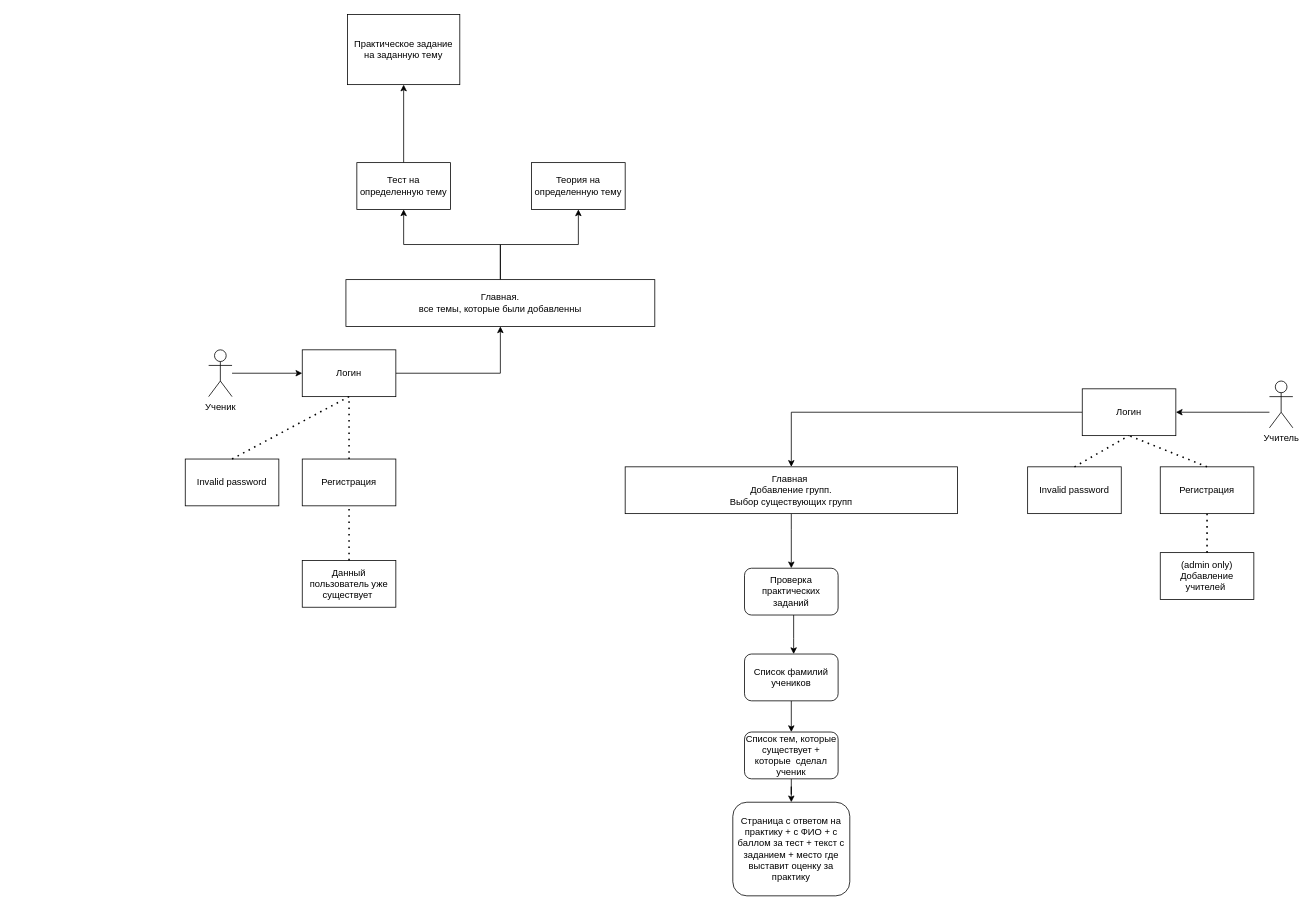
hellp31/Diplom keeps this draw.io diagram as Структура приложения UML-диаграмма.drawio. Above is the earlier version. Source tidied: cells renumbered, new cells numbered last; positions are measured from the earlier drawing's top-left corner, leaving out a move shared by most shapes. Both pictures are drawn from the tidied source at 78%, with x=0, y=0 at pixel (185, 14).
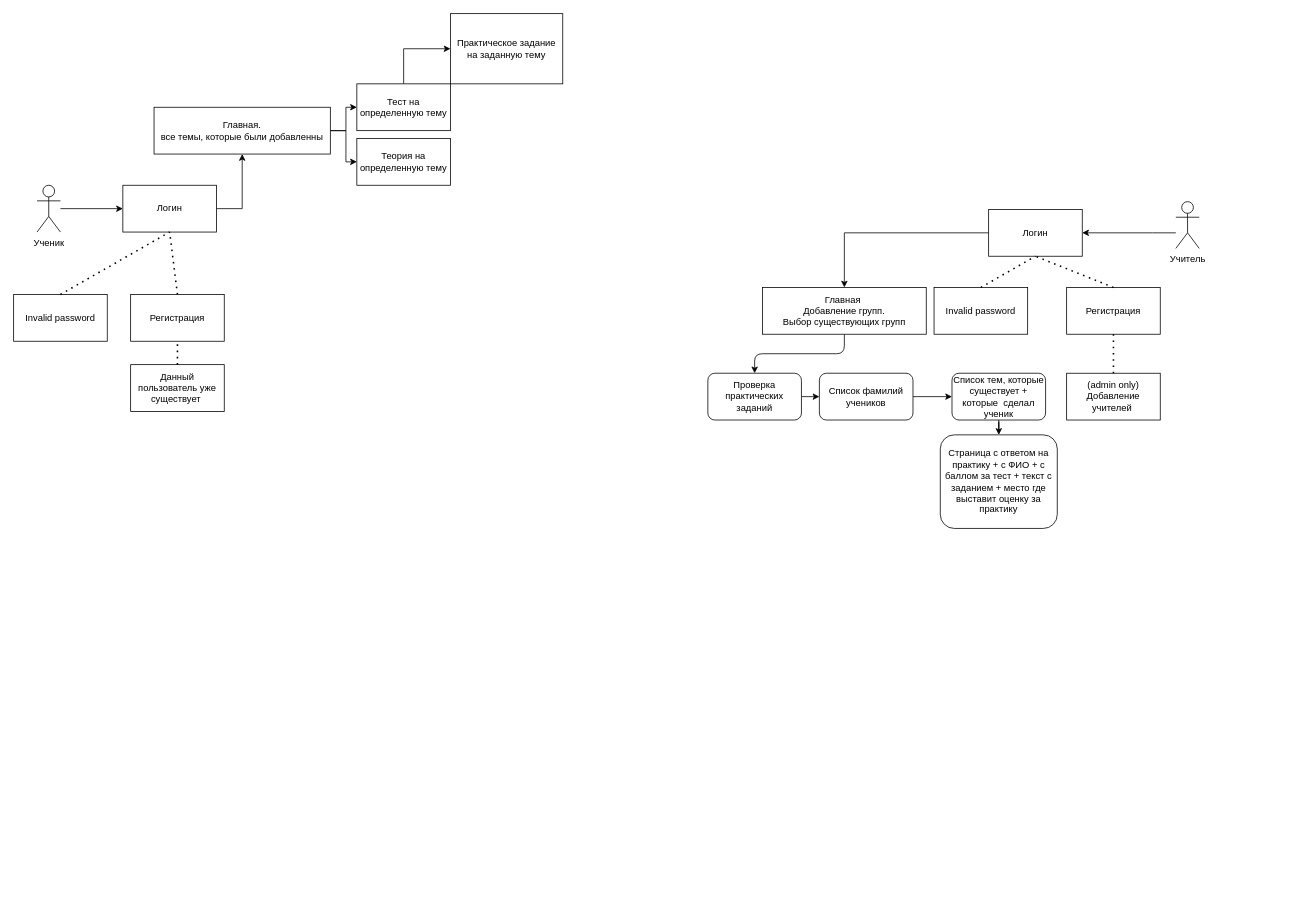
The same diagram, later.

What changed in the source:
```diff
@@
     <mxCell id="3" value="Ученик" style="shape=umlActor;verticalLabelPosition=bottom;verticalAlign=top;html=1;outlineConnect=0;" parent="1" vertex="1">
-      <mxGeometry x="30" y="430" width="30" height="60" as="geometry" />
+      <mxGeometry x="-190" y="219" width="30" height="60" as="geometry" />
     </mxCell>
     <mxCell id="4" style="edgeStyle=orthogonalEdgeStyle;rounded=0;jettySize=auto;html=1;entryX=0.5;entryY=1;entryDx=0;entryDy=0;" parent="1" edge="1" source="5" target="9">
       <mxGeometry relative="1" as="geometry">
         <Array as="points">
-          <mxPoint x="404" y="460" />
+          <mxPoint x="73" y="249" />
         </Array>
       </mxGeometry>
     </mxCell>
     <mxCell id="5" value="Логин" style="rounded=0;whiteSpace=wrap;html=1;" parent="1" vertex="1">
-      <mxGeometry x="150" y="430" width="120" height="60" as="geometry" />
+      <mxGeometry x="-80" y="219" width="120" height="60" as="geometry" />
     </mxCell>
     <mxCell id="6" value="Регистрация" style="rounded=0;whiteSpace=wrap;html=1;" parent="1" vertex="1">
-      <mxGeometry x="150" y="570" width="120" height="60" as="geometry" />
+      <mxGeometry x="-70" y="359" width="120" height="60" as="geometry" />
     </mxCell>
-    <mxCell id="7" style="edgeStyle=orthogonalEdgeStyle;rounded=0;jettySize=auto;html=1;exitX=0.5;exitY=0;exitDx=0;exitDy=0;entryX=0.5;entryY=1;entryDx=0;entryDy=0;" parent="1" edge="1" source="9" target="30">
+    <mxCell id="7" style="edgeStyle=orthogonalEdgeStyle;rounded=0;jettySize=auto;html=1;exitX=1;exitY=0.5;exitDx=0;exitDy=0;entryX=0;entryY=0.5;entryDx=0;entryDy=0;" parent="1" edge="1" source="9" target="30">
       <mxGeometry relative="1" as="geometry" />
     </mxCell>
-    <mxCell id="8" style="edgeStyle=orthogonalEdgeStyle;rounded=0;jettySize=auto;html=1;entryX=0.5;entryY=1;entryDx=0;entryDy=0;" parent="1" edge="1" source="9" target="37">
+    <mxCell id="8" style="edgeStyle=orthogonalEdgeStyle;rounded=0;jettySize=auto;html=1;entryX=0;entryY=0.5;entryDx=0;entryDy=0;" parent="1" edge="1" source="9" target="37">
       <mxGeometry relative="1" as="geometry" />
     </mxCell>
     <mxCell id="9" value="&lt;div style=&quot;&quot;&gt;&lt;span style=&quot;background-color: initial;&quot;&gt;Главная.&lt;/span&gt;&lt;/div&gt;&lt;div style=&quot;&quot;&gt;&lt;span style=&quot;background-color: initial;&quot;&gt;все темы, которые были добавленны&lt;/span&gt;&lt;/div&gt;" style="rounded=0;whiteSpace=wrap;html=1;align=center;" parent="1" vertex="1">
-      <mxGeometry x="206" y="340" width="396" height="60" as="geometry" />
+      <mxGeometry x="-40" y="119" width="226" height="60" as="geometry" />
     </mxCell>
@@
-    <mxCell id="11" style="edgeStyle=orthogonalEdgeStyle;rounded=0;jettySize=auto;html=1;entryX=0.5;entryY=1;entryDx=0;entryDy=0;" parent="1" edge="1" source="12" target="16">
-      <mxGeometry relative="1" as="geometry">
-        <Array as="points">
-          <mxPoint x="777" y="660" />
-          <mxPoint x="777" y="660" />
-        </Array>
-      </mxGeometry>
+    <mxCell id="11" style="edgeStyle=orthogonalEdgeStyle;rounded=1;jettySize=auto;html=1;entryX=0.5;entryY=1;entryDx=0;entryDy=0;" parent="1" edge="1" source="12" target="16">
+      <mxGeometry relative="1" as="geometry" />
     </mxCell>
     <mxCell id="12" value="Главная&amp;nbsp;&lt;div&gt;Добавление групп.&lt;br&gt;Выбор существующих групп&lt;/div&gt;" style="rounded=0;whiteSpace=wrap;html=1;" parent="1" vertex="1">
-      <mxGeometry x="564" y="580" width="426" height="60" as="geometry" />
+      <mxGeometry x="740" y="350" width="210" height="60" as="geometry" />
     </mxCell>
     <mxCell id="13" value="Invalid password" style="rounded=0;whiteSpace=wrap;html=1;" parent="1" vertex="1">
-      <mxGeometry y="570" width="120" height="60" as="geometry" />
+      <mxGeometry x="-220" y="359" width="120" height="60" as="geometry" />
     </mxCell>
@@
     <mxCell id="15" style="edgeStyle=orthogonalEdgeStyle;rounded=0;jettySize=auto;html=1;" parent="1" edge="1" source="16" target="33">
       <mxGeometry relative="1" as="geometry">
         <Array as="points">
-          <mxPoint x="780" y="800" />
-          <mxPoint x="780" y="800" />
+          <mxPoint x="733" y="490" />
         </Array>
       </mxGeometry>
     </mxCell>
     <mxCell id="16" value="Проверка практических заданий" style="rounded=1;whiteSpace=wrap;html=1;direction=west;" parent="1" vertex="1">
-      <mxGeometry x="717" y="710" width="120" height="60" as="geometry" />
+      <mxGeometry x="670" y="460" width="120" height="60" as="geometry" />
     </mxCell>
     <mxCell id="17" value="Данный пользователь уже существует&amp;nbsp;" style="rounded=0;whiteSpace=wrap;html=1;" parent="1" vertex="1">
-      <mxGeometry x="150" y="700" width="120" height="60" as="geometry" />
+      <mxGeometry x="-70" y="449" width="120" height="60" as="geometry" />
     </mxCell>
@@
     <mxCell id="19" style="edgeStyle=orthogonalEdgeStyle;rounded=0;jettySize=auto;html=1;" parent="1" edge="1" source="20" target="22">
       <mxGeometry relative="1" as="geometry">
         <Array as="points">
-          <mxPoint x="1360" y="510" />
-          <mxPoint x="1360" y="510" />
+          <mxPoint x="1240" y="280" />
+          <mxPoint x="1240" y="280" />
         </Array>
       </mxGeometry>
     </mxCell>
     <mxCell id="20" value="Учитель" style="shape=umlActor;verticalLabelPosition=bottom;verticalAlign=top;html=1;outlineConnect=0;" parent="1" vertex="1">
-      <mxGeometry x="1390" y="470" width="30" height="60" as="geometry" />
+      <mxGeometry x="1270" y="240" width="30" height="60" as="geometry" />
     </mxCell>
@@
     <mxCell id="22" value="Логин" style="rounded=0;whiteSpace=wrap;html=1;" parent="1" vertex="1">
-      <mxGeometry x="1150" y="480" width="120" height="60" as="geometry" />
+      <mxGeometry x="1030" y="250" width="120" height="60" as="geometry" />
     </mxCell>
     <mxCell id="23" value="Регистрация" style="rounded=0;whiteSpace=wrap;html=1;" parent="1" vertex="1">
-      <mxGeometry x="1250" y="580" width="120" height="60" as="geometry" />
+      <mxGeometry x="1130" y="350" width="120" height="60" as="geometry" />
     </mxCell>
@@
     <mxCell id="25" value="Invalid password" style="rounded=0;whiteSpace=wrap;html=1;" parent="1" vertex="1">
-      <mxGeometry x="1080" y="580" width="120" height="60" as="geometry" />
+      <mxGeometry x="960" y="350" width="120" height="60" as="geometry" />
     </mxCell>
@@
     <mxCell id="27" value="(admin only)&lt;br&gt;Добавление учителей&amp;nbsp;" style="rounded=0;whiteSpace=wrap;html=1;" parent="1" vertex="1">
-      <mxGeometry x="1250" y="690" width="120" height="60" as="geometry" />
+      <mxGeometry x="1130" y="460" width="120" height="60" as="geometry" />
     </mxCell>
@@
-    <mxCell id="29" style="edgeStyle=orthogonalEdgeStyle;rounded=0;jettySize=auto;html=1;exitX=0.5;exitY=0;exitDx=0;exitDy=0;entryX=0.5;entryY=1;entryDx=0;entryDy=0;" parent="1" edge="1" source="30" target="31">
+    <mxCell id="29" style="edgeStyle=orthogonalEdgeStyle;rounded=0;jettySize=auto;html=1;exitX=0.5;exitY=0;exitDx=0;exitDy=0;entryX=0;entryY=0.5;entryDx=0;entryDy=0;" parent="1" edge="1" source="30" target="31">
       <mxGeometry relative="1" as="geometry" />
     </mxCell>
     <mxCell id="30" value="Тест на определенную тему" style="rounded=0;whiteSpace=wrap;html=1;" parent="1" vertex="1">
-      <mxGeometry x="220" y="190" width="120" height="60" as="geometry" />
+      <mxGeometry x="220" y="89" width="120" height="60" as="geometry" />
     </mxCell>
     <mxCell id="31" value="Практическое задание на заданную тему" style="rounded=0;whiteSpace=wrap;html=1;" parent="1" vertex="1">
-      <mxGeometry x="208" width="144" height="90" as="geometry" />
+      <mxGeometry x="340" y="-1" width="144" height="90" as="geometry" />
     </mxCell>
     <mxCell id="32" style="edgeStyle=orthogonalEdgeStyle;rounded=0;jettySize=auto;html=1;" parent="1" edge="1" source="33" target="35">
-      <mxGeometry relative="1" as="geometry" />
+      <mxGeometry relative="1" as="geometry">
+        <Array as="points">
+          <mxPoint x="873" y="499" />
+        </Array>
+      </mxGeometry>
     </mxCell>
     <mxCell id="33" value="Список фамилий учеников" style="whiteSpace=wrap;html=1;rounded=1;" parent="1" vertex="1">
-      <mxGeometry x="717" y="820" width="120" height="60" as="geometry" />
+      <mxGeometry x="813" y="460" width="120" height="60" as="geometry" />
     </mxCell>
-    <mxCell id="34" style="edgeStyle=orthogonalEdgeStyle;rounded=0;jettySize=auto;html=1;" parent="1" edge="1" source="35" target="36">
+    <mxCell id="34" style="edgeStyle=orthogonalEdgeStyle;rounded=1;jettySize=auto;html=1;entryX=0.5;entryY=0;entryDx=0;entryDy=0;" parent="1" edge="1" source="35" target="36">
       <mxGeometry relative="1" as="geometry" />
     </mxCell>
     <mxCell id="35" value="Список тем, которые существует + которые&amp;nbsp; сделал ученик" style="whiteSpace=wrap;html=1;rounded=1;" parent="1" vertex="1">
-      <mxGeometry x="717" y="920" width="120" height="60" as="geometry" />
+      <mxGeometry x="983" y="460" width="120" height="60" as="geometry" />
     </mxCell>
     <mxCell id="36" value="Страница с ответом на практику + с ФИО + с баллом за тест + текст с заданием + место где выставит оценку за практику" style="whiteSpace=wrap;html=1;rounded=1;" parent="1" vertex="1">
-      <mxGeometry x="702" y="1010" width="150" height="120" as="geometry" />
+      <mxGeometry x="968" y="539" width="150" height="120" as="geometry" />
     </mxCell>
     <mxCell id="37" value="Теория на определенную тему" style="rounded=0;whiteSpace=wrap;html=1;" parent="1" vertex="1">
-      <mxGeometry x="444" y="190" width="120" height="60" as="geometry" />
+      <mxGeometry x="220" y="159" width="120" height="60" as="geometry" />
     </mxCell>
```
